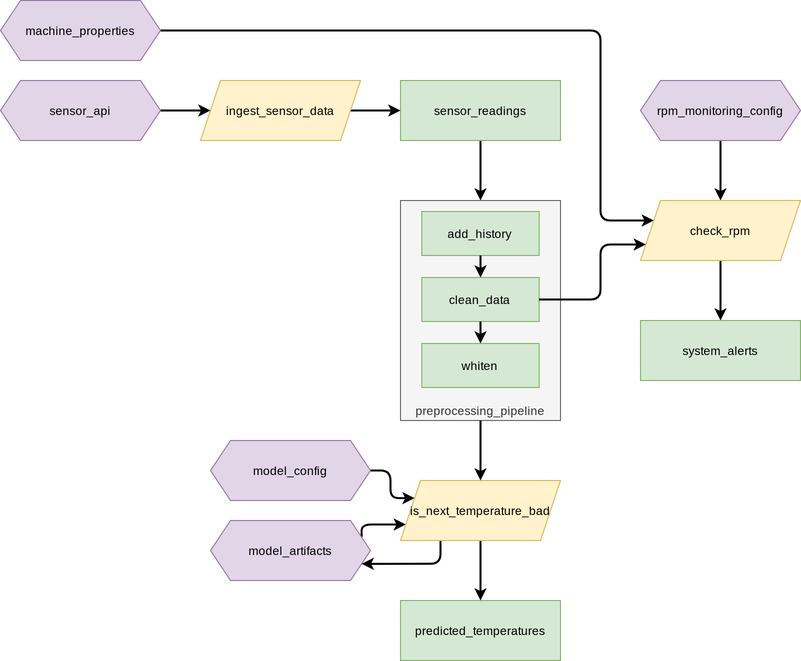
Above: notebooks/images/temperature_system.png in mlatcl/milvus (draw.io), before the change. Source tidied: cells renumbered, new cells last; positions are measured from the earlier drawing's top-left corner, leaving out a move shared by most shapes. Its diagram source:
```xml
<mxGraphModel>
  <root>
    <mxCell id="0" />
    <mxCell id="1" parent="0" />
    <mxCell id="2" style="edgeStyle=orthogonalEdgeStyle;curved=0;rounded=1;sketch=0;jettySize=auto;html=1;entryX=0.5;entryY=0;entryDx=0;entryDy=0;strokeWidth=2;" parent="1" edge="1" source="3" target="9">
      <mxGeometry relative="1" as="geometry" />
    </mxCell>
    <mxCell id="3" value="sensor_readings" style="whiteSpace=wrap;html=1;rounded=0;sketch=0;fillColor=#d5e8d4;strokeColor=#82b366;" parent="1" vertex="1">
      <mxGeometry x="400" y="80" width="160" height="60" as="geometry" />
    </mxCell>
    <mxCell id="4" style="edgeStyle=orthogonalEdgeStyle;curved=0;rounded=1;sketch=0;jettySize=auto;html=1;strokeWidth=2;" parent="1" edge="1" source="5" target="3">
      <mxGeometry relative="1" as="geometry" />
    </mxCell>
    <mxCell id="5" value="ingest_sensor_data" style="shape=parallelogram;perimeter=parallelogramPerimeter;whiteSpace=wrap;html=1;fixedSize=1;rounded=0;sketch=0;fillColor=#fff2cc;strokeColor=#d6b656;" parent="1" vertex="1">
      <mxGeometry x="200" y="80" width="160" height="60" as="geometry" />
    </mxCell>
    <mxCell id="6" style="edgeStyle=orthogonalEdgeStyle;curved=0;rounded=1;sketch=0;jettySize=auto;html=1;strokeWidth=2;" parent="1" edge="1" target="5">
      <mxGeometry relative="1" as="geometry">
        <mxPoint x="160" y="110" as="sourcePoint" />
      </mxGeometry>
    </mxCell>
    <mxCell id="7" value="predicted_temperatures" style="whiteSpace=wrap;html=1;rounded=0;sketch=0;fillColor=#d5e8d4;strokeColor=#82b366;" parent="1" vertex="1">
      <mxGeometry x="400" y="600" width="160" height="60" as="geometry" />
    </mxCell>
    <mxCell id="8" style="group;" parent="1" vertex="1">
      <mxGeometry x="400" y="200" width="160" height="220" as="geometry" />
    </mxCell>
    <mxCell id="9" value="preprocessing_pipeline" style="whiteSpace=wrap;html=1;rounded=0;sketch=0;fillColor=#f5f5f5;strokeColor=#666666;fontColor=#333333;imageVerticalAlign=middle;verticalAlign=bottom;" parent="8" vertex="1">
      <mxGeometry width="160" height="220" as="geometry" />
    </mxCell>
    <mxCell id="10" value="add_history" style="whiteSpace=wrap;html=1;rounded=0;sketch=0;fillColor=#d5e8d4;strokeColor=#82b366;" parent="8" vertex="1">
      <mxGeometry x="21.3" y="11" width="117.3" height="44" as="geometry" />
    </mxCell>
    <mxCell id="11" value="clean_data" style="whiteSpace=wrap;html=1;rounded=0;sketch=0;fillColor=#d5e8d4;strokeColor=#82b366;" parent="8" vertex="1">
      <mxGeometry x="21.3" y="77" width="117.3" height="44" as="geometry" />
    </mxCell>
    <mxCell id="12" style="edgeStyle=orthogonalEdgeStyle;curved=0;rounded=1;sketch=0;jettySize=auto;html=1;strokeWidth=2;" parent="8" edge="1" source="10" target="11">
      <mxGeometry relative="1" as="geometry" />
    </mxCell>
    <mxCell id="13" value="whiten" style="whiteSpace=wrap;html=1;rounded=0;sketch=0;fillColor=#d5e8d4;strokeColor=#82b366;" parent="8" vertex="1">
      <mxGeometry x="21.3" y="143" width="117.3" height="44" as="geometry" />
    </mxCell>
    <mxCell id="14" style="edgeStyle=orthogonalEdgeStyle;curved=0;rounded=1;sketch=0;jettySize=auto;html=1;strokeWidth=2;" parent="8" edge="1" source="11" target="13">
      <mxGeometry relative="1" as="geometry" />
    </mxCell>
    <mxCell id="15" style="edgeStyle=orthogonalEdgeStyle;curved=0;rounded=1;sketch=0;jettySize=auto;html=1;strokeWidth=2;" parent="1" edge="1" source="16" target="24">
      <mxGeometry relative="1" as="geometry">
        <Array as="points">
          <mxPoint x="600" y="30" />
          <mxPoint x="600" y="220" />
        </Array>
      </mxGeometry>
    </mxCell>
    <mxCell id="16" value="machine_properties" style="shape=hexagon;perimeter=hexagonPerimeter2;whiteSpace=wrap;html=1;fixedSize=1;rounded=0;sketch=0;verticalAlign=middle;fillColor=#e1d5e7;strokeColor=#9673a6;" parent="1" vertex="1">
      <mxGeometry width="160" height="60" as="geometry" />
    </mxCell>
    <mxCell id="17" style="edgeStyle=orthogonalEdgeStyle;curved=0;rounded=1;sketch=0;jettySize=auto;html=1;strokeWidth=2;entryX=0;entryY=0.25;entryDx=0;entryDy=0;" parent="1" edge="1" source="18" target="28">
      <mxGeometry relative="1" as="geometry" />
    </mxCell>
    <mxCell id="18" value="model_config" style="shape=hexagon;perimeter=hexagonPerimeter2;whiteSpace=wrap;html=1;fixedSize=1;rounded=0;sketch=0;verticalAlign=middle;fillColor=#e1d5e7;strokeColor=#9673a6;" parent="1" vertex="1">
      <mxGeometry x="210" y="440" width="160" height="60" as="geometry" />
    </mxCell>
    <mxCell id="19" style="edgeStyle=orthogonalEdgeStyle;curved=0;rounded=1;sketch=0;jettySize=auto;html=1;exitX=1;exitY=0.25;exitDx=0;exitDy=0;entryX=0;entryY=0.75;entryDx=0;entryDy=0;strokeWidth=2;" parent="1" edge="1" source="20" target="28">
      <mxGeometry relative="1" as="geometry">
        <Array as="points">
          <mxPoint x="361" y="524" />
        </Array>
      </mxGeometry>
    </mxCell>
    <mxCell id="20" value="model_artifacts" style="shape=hexagon;perimeter=hexagonPerimeter2;whiteSpace=wrap;html=1;fixedSize=1;rounded=0;sketch=0;verticalAlign=middle;fillColor=#e1d5e7;strokeColor=#9673a6;" parent="1" vertex="1">
      <mxGeometry x="210" y="520" width="160" height="60" as="geometry" />
    </mxCell>
    <mxCell id="21" style="edgeStyle=orthogonalEdgeStyle;curved=0;rounded=1;sketch=0;jettySize=auto;html=1;strokeWidth=2;" parent="1" edge="1" source="22" target="24">
      <mxGeometry relative="1" as="geometry" />
    </mxCell>
    <mxCell id="22" value="rpm_monitoring_config" style="shape=hexagon;perimeter=hexagonPerimeter2;whiteSpace=wrap;html=1;fixedSize=1;rounded=0;sketch=0;verticalAlign=middle;fillColor=#e1d5e7;strokeColor=#9673a6;" parent="1" vertex="1">
      <mxGeometry x="640" y="80" width="160" height="60" as="geometry" />
    </mxCell>
    <mxCell id="23" style="edgeStyle=orthogonalEdgeStyle;curved=0;rounded=1;sketch=0;jettySize=auto;html=1;entryX=0.5;entryY=0;entryDx=0;entryDy=0;strokeWidth=2;" parent="1" edge="1" source="24" target="25">
      <mxGeometry relative="1" as="geometry" />
    </mxCell>
    <mxCell id="24" value="check_rpm" style="shape=parallelogram;perimeter=parallelogramPerimeter;whiteSpace=wrap;html=1;fixedSize=1;rounded=0;sketch=0;fillColor=#fff2cc;strokeColor=#d6b656;" parent="1" vertex="1">
      <mxGeometry x="640" y="200" width="160" height="60" as="geometry" />
    </mxCell>
    <mxCell id="25" value="system_alerts" style="whiteSpace=wrap;html=1;rounded=0;sketch=0;fillColor=#d5e8d4;strokeColor=#82b366;" parent="1" vertex="1">
      <mxGeometry x="640" y="320" width="160" height="60" as="geometry" />
    </mxCell>
    <mxCell id="26" style="edgeStyle=orthogonalEdgeStyle;curved=0;rounded=1;sketch=0;jettySize=auto;html=1;entryX=0.5;entryY=0;entryDx=0;entryDy=0;strokeWidth=2;" parent="1" edge="1" source="28" target="7">
      <mxGeometry relative="1" as="geometry" />
    </mxCell>
    <mxCell id="27" style="edgeStyle=orthogonalEdgeStyle;curved=0;rounded=1;sketch=0;jettySize=auto;html=1;exitX=0.25;exitY=1;exitDx=0;exitDy=0;entryX=1;entryY=0.75;entryDx=0;entryDy=0;strokeWidth=2;" parent="1" edge="1" source="28" target="20">
      <mxGeometry relative="1" as="geometry" />
    </mxCell>
    <mxCell id="28" value="is_next_temperature_bad" style="shape=parallelogram;perimeter=parallelogramPerimeter;whiteSpace=wrap;html=1;fixedSize=1;rounded=0;sketch=0;fillColor=#fff2cc;strokeColor=#d6b656;" parent="1" vertex="1">
      <mxGeometry x="400" y="480" width="160" height="60" as="geometry" />
    </mxCell>
    <mxCell id="29" style="edgeStyle=orthogonalEdgeStyle;curved=0;rounded=1;sketch=0;jettySize=auto;html=1;entryX=0.5;entryY=0;entryDx=0;entryDy=0;strokeWidth=2;" parent="1" edge="1" source="9" target="28">
      <mxGeometry relative="1" as="geometry" />
    </mxCell>
    <mxCell id="30" value="sensor_api" style="shape=hexagon;perimeter=hexagonPerimeter2;whiteSpace=wrap;html=1;fixedSize=1;rounded=0;sketch=0;verticalAlign=middle;fillColor=#e1d5e7;strokeColor=#9673a6;" parent="1" vertex="1">
      <mxGeometry y="80" width="160" height="60" as="geometry" />
    </mxCell>
    <mxCell id="31" style="edgeStyle=orthogonalEdgeStyle;rounded=1;jettySize=auto;html=1;entryX=0;entryY=0.75;entryDx=0;entryDy=0;strokeWidth=2;sketch=0;" parent="1" edge="1" source="11" target="24">
      <mxGeometry relative="1" as="geometry">
        <Array as="points">
          <mxPoint x="600" y="299" />
          <mxPoint x="600" y="244" />
        </Array>
      </mxGeometry>
    </mxCell>
  </root>
</mxGraphModel>
```
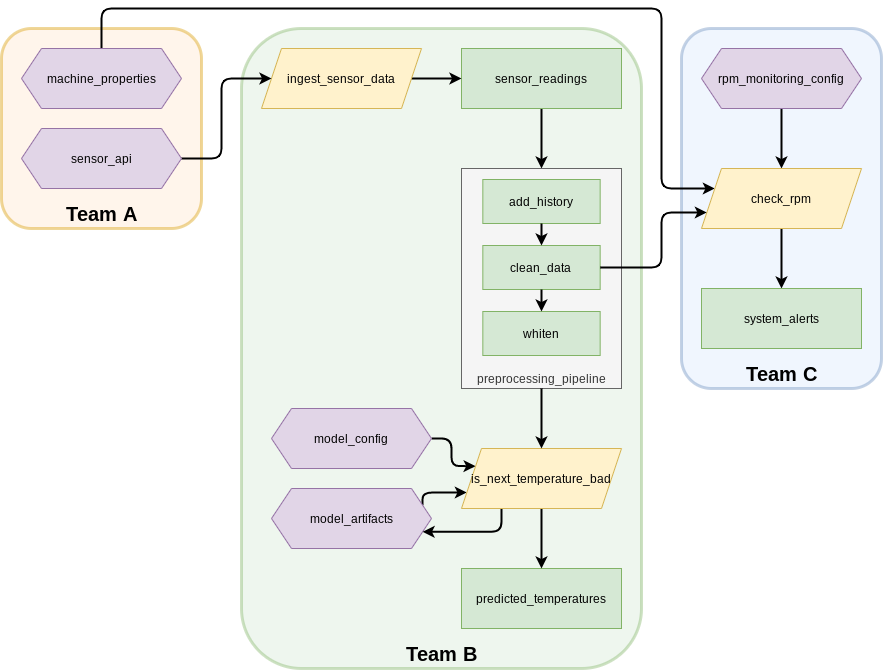
The same diagram one commit later.

Commit message:
Separate system into three teams

What changed in the source:
```diff
@@ -2,6 +2,15 @@
   <root>
     <mxCell id="0" />
     <mxCell id="1" parent="0" />
+    <mxCell id="32" value="Team A" style="rounded=1;whiteSpace=wrap;html=1;fillColor=#ffe6cc;strokeColor=#d79b00;opacity=40;strokeWidth=3;shadow=0;sketch=0;glass=0;verticalAlign=bottom;fontSize=20;fontStyle=1;" parent="1" vertex="1">
+      <mxGeometry x="-60" y="60" width="200" height="200" as="geometry" />
+    </mxCell>
+    <mxCell id="33" value="Team C" style="rounded=1;whiteSpace=wrap;html=1;fillColor=#dae8fc;strokeColor=#6c8ebf;opacity=40;strokeWidth=3;shadow=0;sketch=0;glass=0;verticalAlign=bottom;fontSize=20;fontStyle=1;" parent="1" vertex="1">
+      <mxGeometry x="620" y="60" width="200" height="360" as="geometry" />
+    </mxCell>
+    <mxCell id="34" value="Team B" style="rounded=1;whiteSpace=wrap;html=1;fillColor=#d5e8d4;strokeColor=#82b366;opacity=40;strokeWidth=3;shadow=0;sketch=0;glass=0;verticalAlign=bottom;fontSize=20;fontStyle=1;" parent="1" vertex="1">
+      <mxGeometry x="180" y="60" width="400" height="640" as="geometry" />
+    </mxCell>
     <mxCell id="2" style="edgeStyle=orthogonalEdgeStyle;curved=0;rounded=1;sketch=0;jettySize=auto;html=1;entryX=0.5;entryY=0;entryDx=0;entryDy=0;strokeWidth=2;" parent="1" edge="1" source="3" target="9">
       <mxGeometry relative="1" as="geometry" />
     </mxCell>
@@ -14,9 +23,12 @@
     <mxCell id="5" value="ingest_sensor_data" style="shape=parallelogram;perimeter=parallelogramPerimeter;whiteSpace=wrap;html=1;fixedSize=1;rounded=0;sketch=0;fillColor=#fff2cc;strokeColor=#d6b656;" parent="1" vertex="1">
       <mxGeometry x="200" y="80" width="160" height="60" as="geometry" />
     </mxCell>
-    <mxCell id="6" style="edgeStyle=orthogonalEdgeStyle;curved=0;rounded=1;sketch=0;jettySize=auto;html=1;strokeWidth=2;" parent="1" edge="1" target="5">
+    <mxCell id="6" style="edgeStyle=orthogonalEdgeStyle;curved=0;rounded=1;sketch=0;jettySize=auto;html=1;strokeWidth=2;exitX=1;exitY=0.5;exitDx=0;exitDy=0;entryX=0;entryY=0.5;entryDx=0;entryDy=0;" parent="1" edge="1" source="30" target="5">
       <mxGeometry relative="1" as="geometry">
-        <mxPoint x="160" y="110" as="sourcePoint" />
+        <Array as="points">
+          <mxPoint x="160" y="190" />
+          <mxPoint x="160" y="110" />
+        </Array>
       </mxGeometry>
     </mxCell>
     <mxCell id="7" value="predicted_temperatures" style="whiteSpace=wrap;html=1;rounded=0;sketch=0;fillColor=#d5e8d4;strokeColor=#82b366;" parent="1" vertex="1">
@@ -46,13 +58,14 @@
     <mxCell id="15" style="edgeStyle=orthogonalEdgeStyle;curved=0;rounded=1;sketch=0;jettySize=auto;html=1;strokeWidth=2;" parent="1" edge="1" source="16" target="24">
       <mxGeometry relative="1" as="geometry">
         <Array as="points">
-          <mxPoint x="600" y="30" />
+          <mxPoint x="40" y="40" />
+          <mxPoint x="600" y="40" />
           <mxPoint x="600" y="220" />
         </Array>
       </mxGeometry>
     </mxCell>
     <mxCell id="16" value="machine_properties" style="shape=hexagon;perimeter=hexagonPerimeter2;whiteSpace=wrap;html=1;fixedSize=1;rounded=0;sketch=0;verticalAlign=middle;fillColor=#e1d5e7;strokeColor=#9673a6;" parent="1" vertex="1">
-      <mxGeometry width="160" height="60" as="geometry" />
+      <mxGeometry x="-40" y="80" width="160" height="60" as="geometry" />
     </mxCell>
     <mxCell id="17" style="edgeStyle=orthogonalEdgeStyle;curved=0;rounded=1;sketch=0;jettySize=auto;html=1;strokeWidth=2;entryX=0;entryY=0.25;entryDx=0;entryDy=0;" parent="1" edge="1" source="18" target="28">
       <mxGeometry relative="1" as="geometry" />
@@ -98,7 +111,7 @@
       <mxGeometry relative="1" as="geometry" />
     </mxCell>
     <mxCell id="30" value="sensor_api" style="shape=hexagon;perimeter=hexagonPerimeter2;whiteSpace=wrap;html=1;fixedSize=1;rounded=0;sketch=0;verticalAlign=middle;fillColor=#e1d5e7;strokeColor=#9673a6;" parent="1" vertex="1">
-      <mxGeometry y="80" width="160" height="60" as="geometry" />
+      <mxGeometry x="-40" y="160" width="160" height="60" as="geometry" />
     </mxCell>
     <mxCell id="31" style="edgeStyle=orthogonalEdgeStyle;rounded=1;jettySize=auto;html=1;entryX=0;entryY=0.75;entryDx=0;entryDy=0;strokeWidth=2;sketch=0;" parent="1" edge="1" source="11" target="24">
       <mxGeometry relative="1" as="geometry">
```
